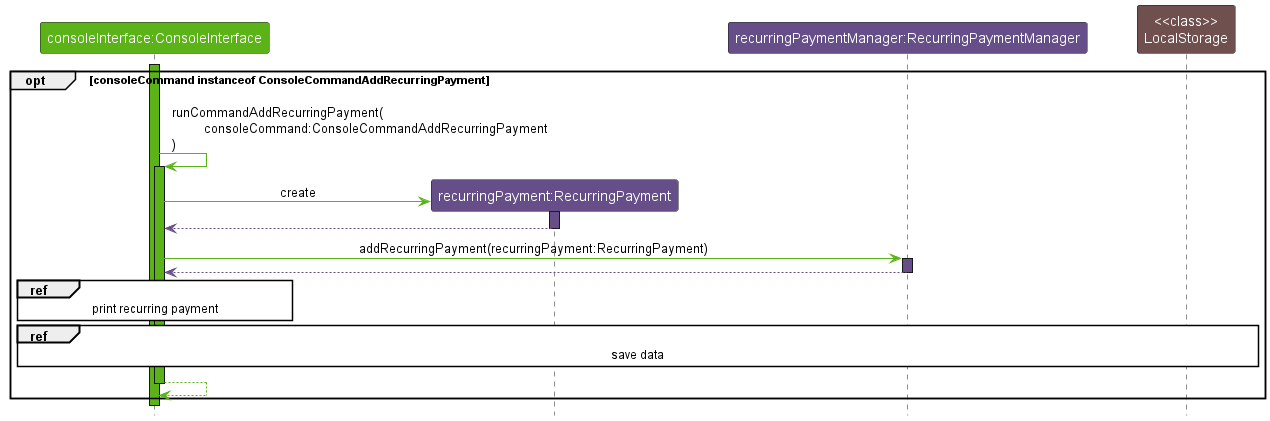
Before: docs/images/ImplementationAddRecurringPayment.png, a diagram exported from PlantUML (nus-cs2113-AY2223S1/tp). Source of this version:
```plantuml
@startuml
!include https://raw.githubusercontent.com/xzynos/tp/branch-Webpage/docs/diagrams/Styles.puml

skinparam sequenceReferenceBackgroundColor #ffffff

Participant "consoleInterface:ConsoleInterface" as consoleInterface USER_INTERFACE_COLOR_1
Participant "recurringPayment:RecurringPayment" as recurringPayment DATA_COLOR_4
Participant "recurringPaymentManager:RecurringPaymentManager" as recurringPaymentManager DATA_COLOR_4
Participant "<<class>>\nLocalStorage" as LocalStorage STORAGE_COLOR_1

activate consoleInterface USER_INTERFACE_COLOR_1

opt consoleCommand instanceof ConsoleCommandAddRecurringPayment
    consoleInterface -[USER_INTERFACE_COLOR_1]> consoleInterface : \lrunCommandAddRecurringPayment(\n\tconsoleCommand:ConsoleCommandAddRecurringPayment\n)
    activate consoleInterface USER_INTERFACE_COLOR_1

    create recurringPayment

    consoleInterface -[USER_INTERFACE_COLOR_1]> recurringPayment : create
    activate recurringPayment DATA_COLOR_4

    recurringPayment --[DATA_COLOR_4]> consoleInterface
    deactivate recurringPayment

    consoleInterface -[USER_INTERFACE_COLOR_1]> recurringPaymentManager : addRecurringPayment(recurringPayment:RecurringPayment)
    activate recurringPaymentManager DATA_COLOR_4

    recurringPaymentManager --[DATA_COLOR_4]> consoleInterface
    deactivate recurringPaymentManager

    ref over consoleInterface: print recurring payment

    ref over consoleInterface, recurringPaymentManager, LocalStorage: save data

    consoleInterface --[USER_INTERFACE_COLOR_1]> consoleInterface
    deactivate consoleInterface
end

deactivate consoleInterface
@enduml
```
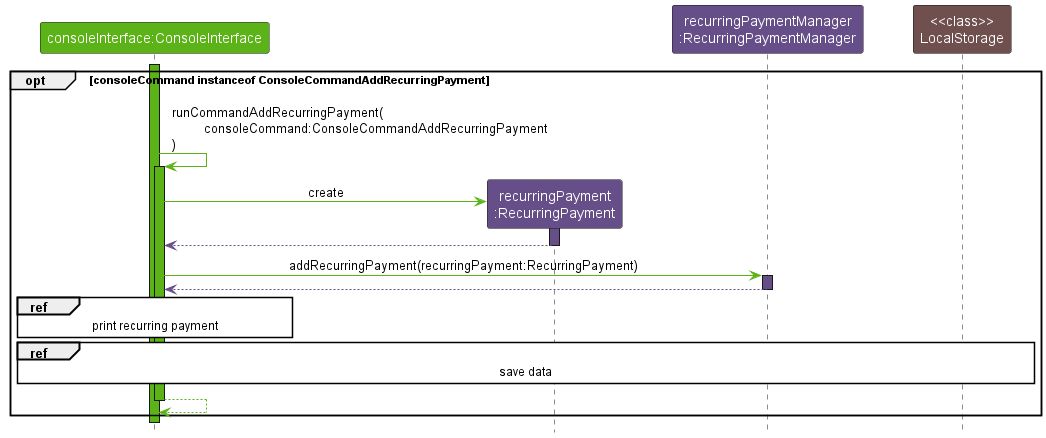
After the commit.

What changed in the source:
```diff
@@ -4,8 +4,8 @@
 skinparam sequenceReferenceBackgroundColor #ffffff
 
 Participant "consoleInterface:ConsoleInterface" as consoleInterface USER_INTERFACE_COLOR_1
-Participant "recurringPayment:RecurringPayment" as recurringPayment DATA_COLOR_4
-Participant "recurringPaymentManager:RecurringPaymentManager" as recurringPaymentManager DATA_COLOR_4
+Participant "recurringPayment\n:RecurringPayment" as recurringPayment DATA_COLOR_4
+Participant "recurringPaymentManager\n:RecurringPaymentManager" as recurringPaymentManager DATA_COLOR_4
 Participant "<<class>>\nLocalStorage" as LocalStorage STORAGE_COLOR_1
 
 activate consoleInterface USER_INTERFACE_COLOR_1
```
